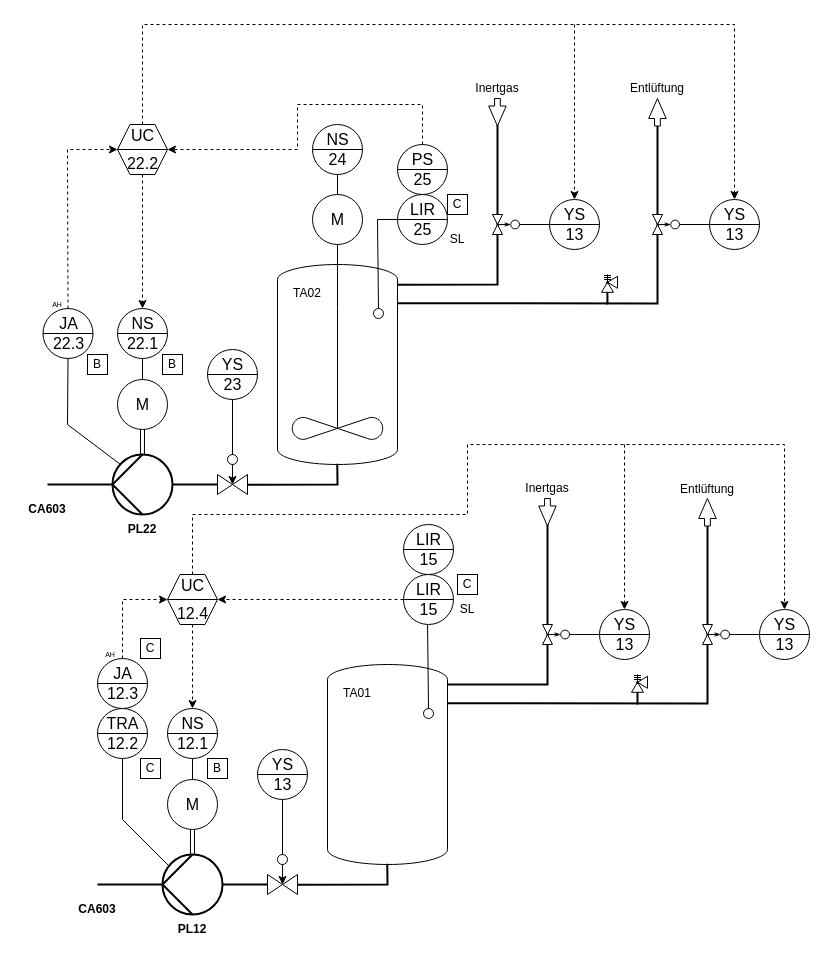
The draw.io diagram tanks.drawio in sid115/pltp-ri, before the edit. Source tidied: cells renumbered, new cells numbered last; positions are measured from the earlier drawing's top-left corner, leaving out a move shared by most shapes. Both pictures are drawn from the tidied source at 100%, with x=0, y=0 at pixel (17, 24).
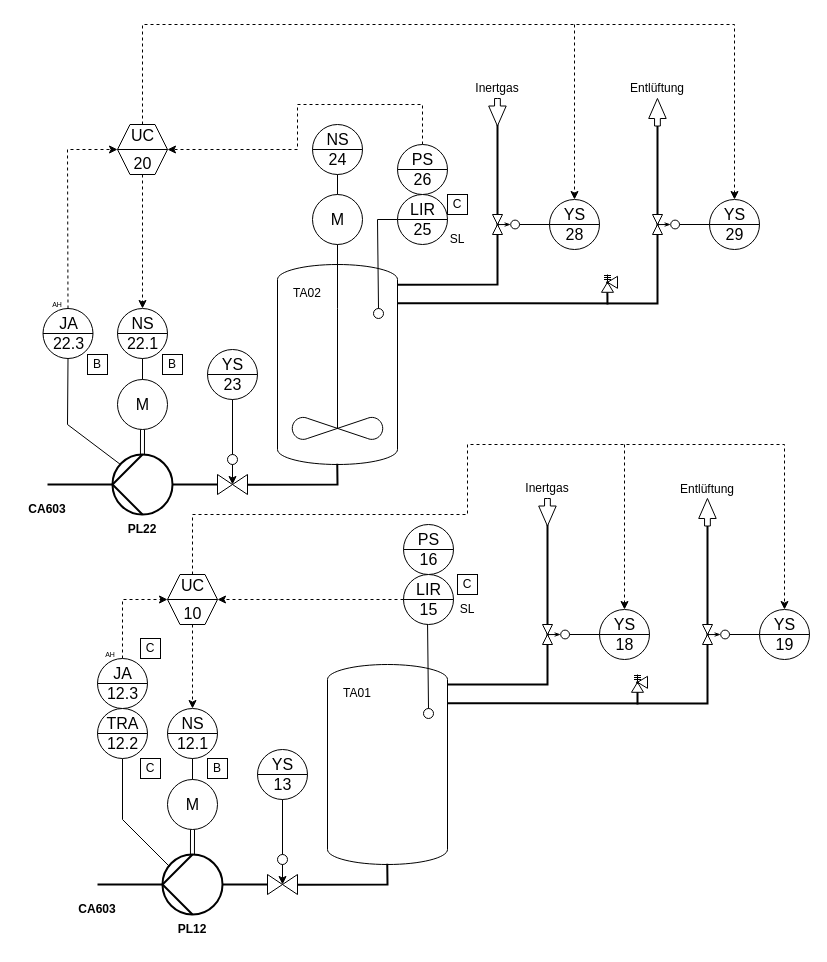
The same page after the edit.

Commit message (it also covers changes not shown here):
Anpassung Namen

Unchanged cells that the change refers to:
```xml
<mxCell id="95" style="group;" parent="1" vertex="1">
  <mxGeometry x="685" y="585" width="107" height="50" as="geometry" />
</mxCell>
<mxCell id="104" style="group;" parent="1" vertex="1">
  <mxGeometry x="635" y="175" width="107" height="50" as="geometry" />
</mxCell>
```

The edit, as a diff of the source:
```diff
@@
-    <mxCell id="54" value="&lt;table cellpadding=&quot;4&quot; cellspacing=&quot;0&quot; border=&quot;0&quot; style=&quot;font-size: 16px; width: 100%; height: 100%;&quot;&gt;&lt;tbody style=&quot;font-size: 16px;&quot;&gt;&lt;tr style=&quot;font-size: 16px;&quot;&gt;&lt;td style=&quot;font-size: 16px;&quot;&gt;UC&lt;/td&gt;&lt;/tr&gt;&lt;tr style=&quot;font-size: 16px;&quot;&gt;&lt;td style=&quot;font-size: 16px;&quot;&gt;22.2&lt;br&gt;&lt;/td&gt;&lt;/tr&gt;&lt;/tbody&gt;&lt;/table&gt; " style="html=1;outlineConnect=0;align=center;dashed=0;shape=mxgraph.pid2inst.compFunc;mounting=room;fontSize=16;" parent="1" vertex="1">
+    <mxCell id="54" value="&lt;table cellpadding=&quot;4&quot; cellspacing=&quot;0&quot; border=&quot;0&quot; style=&quot;font-size: 16px; width: 100%; height: 100%;&quot;&gt;&lt;tbody style=&quot;font-size: 16px;&quot;&gt;&lt;tr style=&quot;font-size: 16px;&quot;&gt;&lt;td style=&quot;font-size: 16px;&quot;&gt;UC&lt;/td&gt;&lt;/tr&gt;&lt;tr style=&quot;font-size: 16px;&quot;&gt;&lt;td style=&quot;font-size: 16px;&quot;&gt;20&lt;br&gt;&lt;/td&gt;&lt;/tr&gt;&lt;/tbody&gt;&lt;/table&gt; " style="html=1;outlineConnect=0;align=center;dashed=0;shape=mxgraph.pid2inst.compFunc;mounting=room;fontSize=16;" parent="1" vertex="1">
       <mxGeometry x="100" y="100" width="50" height="50" as="geometry" />
     </mxCell>
@@
-    <mxCell id="56" value="&lt;table cellpadding=&quot;4&quot; cellspacing=&quot;0&quot; border=&quot;0&quot; style=&quot;font-size: 16px; width: 100%; height: 100%;&quot;&gt;&lt;tbody style=&quot;font-size: 16px;&quot;&gt;&lt;tr style=&quot;font-size: 16px;&quot;&gt;&lt;td style=&quot;font-size: 16px;&quot;&gt;UC&lt;/td&gt;&lt;/tr&gt;&lt;tr style=&quot;font-size: 16px;&quot;&gt;&lt;td style=&quot;font-size: 16px;&quot;&gt;12.4&lt;br&gt;&lt;/td&gt;&lt;/tr&gt;&lt;/tbody&gt;&lt;/table&gt; " style="html=1;outlineConnect=0;align=center;dashed=0;shape=mxgraph.pid2inst.compFunc;mounting=room;fontSize=16;" parent="1" vertex="1">
+    <mxCell id="56" value="&lt;table cellpadding=&quot;4&quot; cellspacing=&quot;0&quot; border=&quot;0&quot; style=&quot;font-size: 16px; width: 100%; height: 100%;&quot;&gt;&lt;tbody style=&quot;font-size: 16px;&quot;&gt;&lt;tr style=&quot;font-size: 16px;&quot;&gt;&lt;td style=&quot;font-size: 16px;&quot;&gt;UC&lt;/td&gt;&lt;/tr&gt;&lt;tr style=&quot;font-size: 16px;&quot;&gt;&lt;td style=&quot;font-size: 16px;&quot;&gt;10&lt;br&gt;&lt;/td&gt;&lt;/tr&gt;&lt;/tbody&gt;&lt;/table&gt; " style="html=1;outlineConnect=0;align=center;dashed=0;shape=mxgraph.pid2inst.compFunc;mounting=room;fontSize=16;" parent="1" vertex="1">
       <mxGeometry x="150" y="550" width="50" height="50" as="geometry" />
     </mxCell>
@@
-    <mxCell id="85" value="&lt;font style=&quot;font-size: 16px;&quot;&gt;&lt;font style=&quot;font-size: 16px;&quot;&gt;YS&lt;br&gt;&lt;/font&gt;13&lt;/font&gt;&lt;br&gt; " style="html=1;outlineConnect=0;align=center;dashed=0;shape=mxgraph.pid2inst.discInst;mounting=room;" parent="1" vertex="1">
+    <mxCell id="85" value="&lt;font style=&quot;font-size: 16px;&quot;&gt;&lt;font style=&quot;font-size: 16px;&quot;&gt;YS&lt;br&gt;&lt;/font&gt;18&lt;/font&gt;&lt;br&gt; " style="html=1;outlineConnect=0;align=center;dashed=0;shape=mxgraph.pid2inst.discInst;mounting=room;" parent="1" vertex="1">
       <mxGeometry x="582" y="585" width="50" height="50" as="geometry" />
     </mxCell>
@@
-    <mxCell id="90" value="&lt;font style=&quot;font-size: 16px;&quot;&gt;&lt;font style=&quot;font-size: 16px;&quot;&gt;YS&lt;br&gt;&lt;/font&gt;13&lt;/font&gt;&lt;br&gt; " style="html=1;outlineConnect=0;align=center;dashed=0;shape=mxgraph.pid2inst.discInst;mounting=room;" parent="1" vertex="1">
+    <mxCell id="90" value="&lt;font style=&quot;font-size: 16px;&quot;&gt;&lt;font style=&quot;font-size: 16px;&quot;&gt;YS&lt;br&gt;&lt;/font&gt;28&lt;/font&gt;&lt;br&gt; " style="html=1;outlineConnect=0;align=center;dashed=0;shape=mxgraph.pid2inst.discInst;mounting=room;" parent="1" vertex="1">
       <mxGeometry x="532" y="175" width="50" height="50" as="geometry" />
     </mxCell>
@@
-    <mxCell id="101" value="&lt;font style=&quot;font-size: 16px;&quot;&gt;&lt;font style=&quot;font-size: 16px;&quot;&gt;YS&lt;br&gt;&lt;/font&gt;13&lt;/font&gt;&lt;br&gt; " style="html=1;outlineConnect=0;align=center;dashed=0;shape=mxgraph.pid2inst.discInst;mounting=room;" parent="95" vertex="1">
+    <mxCell id="101" value="&lt;font style=&quot;font-size: 16px;&quot;&gt;&lt;font style=&quot;font-size: 16px;&quot;&gt;YS&lt;br&gt;&lt;/font&gt;19&lt;/font&gt;&lt;br&gt; " style="html=1;outlineConnect=0;align=center;dashed=0;shape=mxgraph.pid2inst.discInst;mounting=room;" parent="95" vertex="1">
       <mxGeometry x="57" width="50" height="50" as="geometry" />
     </mxCell>
@@
-    <mxCell id="105" value="&lt;font style=&quot;font-size: 16px;&quot;&gt;&lt;font style=&quot;font-size: 16px;&quot;&gt;YS&lt;br&gt;&lt;/font&gt;13&lt;/font&gt;&lt;br&gt; " style="html=1;outlineConnect=0;align=center;dashed=0;shape=mxgraph.pid2inst.discInst;mounting=room;" parent="104" vertex="1">
+    <mxCell id="105" value="&lt;font style=&quot;font-size: 16px;&quot;&gt;&lt;font style=&quot;font-size: 16px;&quot;&gt;YS&lt;br&gt;&lt;/font&gt;29&lt;/font&gt;&lt;br&gt; " style="html=1;outlineConnect=0;align=center;dashed=0;shape=mxgraph.pid2inst.discInst;mounting=room;" parent="104" vertex="1">
       <mxGeometry x="57" width="50" height="50" as="geometry" />
     </mxCell>
@@
-    <mxCell id="110" value="LIR&lt;br style=&quot;font-size: 16px;&quot;&gt;15&lt;br style=&quot;font-size: 16px;&quot;&gt; " style="html=1;align=center;dashed=0;shape=mxgraph.pid2inst.discInst;mounting=room;fontSize=16;" parent="1" vertex="1">
+    <mxCell id="110" value="PS&lt;br style=&quot;font-size: 16px;&quot;&gt;16&lt;br style=&quot;font-size: 16px;&quot;&gt; " style="html=1;align=center;dashed=0;shape=mxgraph.pid2inst.discInst;mounting=room;fontSize=16;" parent="1" vertex="1">
       <mxGeometry x="386" y="500" width="50" height="50" as="geometry" />
     </mxCell>
-    <mxCell id="111" value="PS&lt;br style=&quot;font-size: 16px;&quot;&gt;25&lt;br style=&quot;font-size: 16px;&quot;&gt; " style="html=1;outlineConnect=0;align=center;dashed=0;shape=mxgraph.pid2inst.discInst;mounting=room;fontSize=16;" parent="1" vertex="1">
+    <mxCell id="111" value="PS&lt;br style=&quot;font-size: 16px;&quot;&gt;26&lt;br style=&quot;font-size: 16px;&quot;&gt; " style="html=1;outlineConnect=0;align=center;dashed=0;shape=mxgraph.pid2inst.discInst;mounting=room;fontSize=16;" parent="1" vertex="1">
       <mxGeometry x="380" y="120" width="50" height="50" as="geometry" />
     </mxCell>
```
